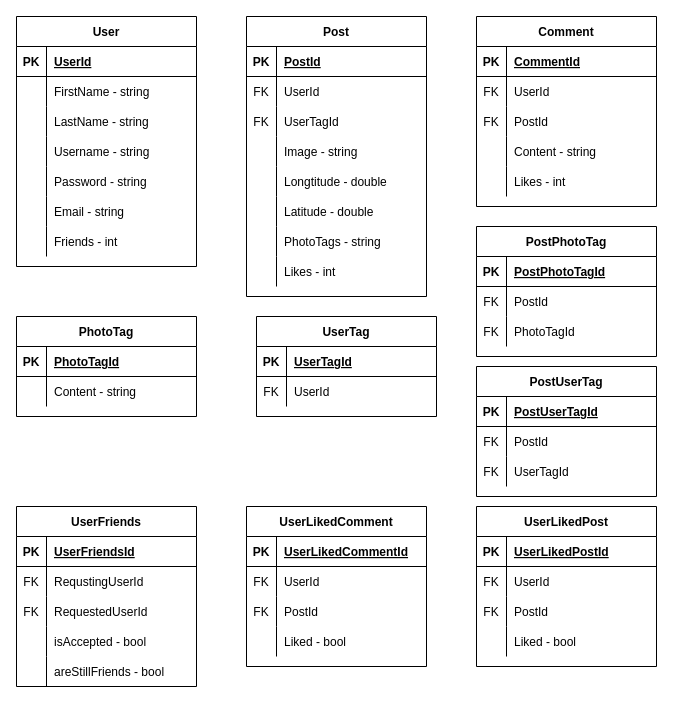
This is FakelookERD.drawio from idofeingold2/FakeLookProject, a draw.io file, before an edit. Source tidied: cells renumbered, new cells numbered last; positions are measured from the earlier drawing's top-left corner, leaving out a move shared by most shapes. Both pictures are drawn from the tidied source at 100%, with x=0, y=0 at pixel (16, 16).
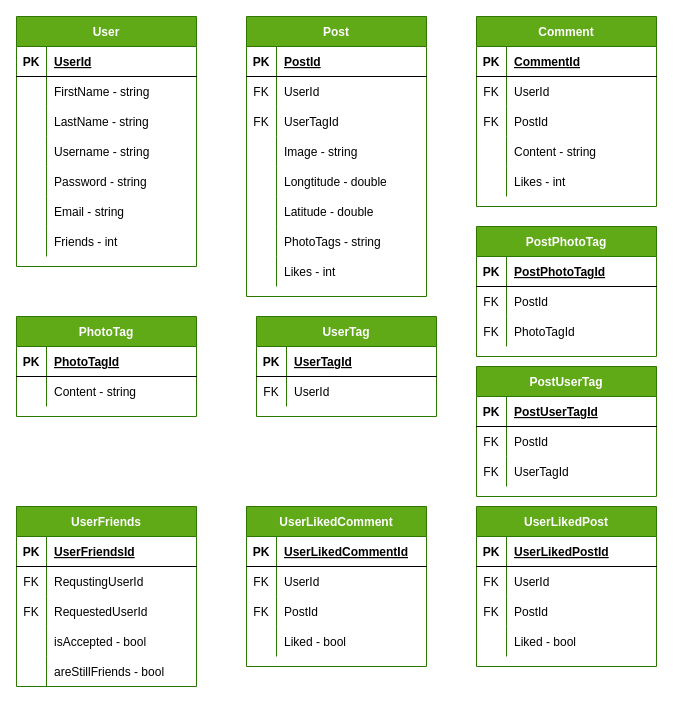
The same diagram, later.

The edit, as a diff of the source:
```diff
@@
-    <mxCell id="2" value="User" style="shape=table;startSize=30;childLayout=tableLayout;rowLines=0;fontStyle=1;align=center;" parent="1" vertex="1">
+    <mxCell id="2" value="User" style="shape=table;startSize=30;childLayout=tableLayout;rowLines=0;fontStyle=1;align=center;fillColor=#60a917;strokeColor=#2D7600;fontColor=#ffffff;" parent="1" vertex="1">
       <mxGeometry width="180" height="250" as="geometry" />
     </mxCell>
@@
-    <mxCell id="24" value="Post" style="shape=table;startSize=30;childLayout=tableLayout;rowLines=0;fontStyle=1;align=center;" parent="1" vertex="1">
+    <mxCell id="24" value="Post" style="shape=table;startSize=30;childLayout=tableLayout;rowLines=0;fontStyle=1;align=center;fillColor=#60a917;strokeColor=#2D7600;fontColor=#ffffff;" parent="1" vertex="1">
       <mxGeometry x="230" width="180" height="280" as="geometry" />
     </mxCell>
@@
-    <mxCell id="49" value="Comment" style="shape=table;startSize=30;childLayout=tableLayout;rowLines=0;fontStyle=1;align=center;" parent="1" vertex="1">
+    <mxCell id="49" value="Comment" style="shape=table;startSize=30;childLayout=tableLayout;rowLines=0;fontStyle=1;align=center;fillColor=#60a917;strokeColor=#2D7600;fontColor=#ffffff;" parent="1" vertex="1">
       <mxGeometry x="460" width="180" height="190" as="geometry" />
     </mxCell>
@@
-    <mxCell id="65" value="UserFriends" style="shape=table;startSize=30;childLayout=tableLayout;rowLines=0;fontStyle=1;align=center;" parent="1" vertex="1">
+    <mxCell id="65" value="UserFriends" style="shape=table;startSize=30;childLayout=tableLayout;rowLines=0;fontStyle=1;align=center;fillColor=#60a917;strokeColor=#2D7600;fontColor=#ffffff;" parent="1" vertex="1">
       <mxGeometry y="490" width="180" height="180" as="geometry" />
     </mxCell>
@@
-    <mxCell id="81" value="PhotoTag" style="shape=table;startSize=30;childLayout=tableLayout;rowLines=0;fontStyle=1;align=center;" parent="1" vertex="1">
+    <mxCell id="81" value="PhotoTag" style="shape=table;startSize=30;childLayout=tableLayout;rowLines=0;fontStyle=1;align=center;fillColor=#60a917;strokeColor=#2D7600;fontColor=#ffffff;" parent="1" vertex="1">
       <mxGeometry y="300" width="180" height="100" as="geometry" />
     </mxCell>
@@
-    <mxCell id="88" value="UserTag" style="shape=table;startSize=30;childLayout=tableLayout;rowLines=0;fontStyle=1;align=center;" parent="1" vertex="1">
+    <mxCell id="88" value="UserTag" style="shape=table;startSize=30;childLayout=tableLayout;rowLines=0;fontStyle=1;align=center;fillColor=#60a917;strokeColor=#2D7600;fontColor=#ffffff;" parent="1" vertex="1">
       <mxGeometry x="240" y="300" width="180" height="100" as="geometry" />
     </mxCell>
@@
-    <mxCell id="95" value="UserLikedPost" style="shape=table;startSize=30;childLayout=tableLayout;rowLines=0;fontStyle=1;align=center;" parent="1" vertex="1">
+    <mxCell id="95" value="UserLikedPost" style="shape=table;startSize=30;childLayout=tableLayout;rowLines=0;fontStyle=1;align=center;fillColor=#60a917;strokeColor=#2D7600;fontColor=#ffffff;" parent="1" vertex="1">
       <mxGeometry x="460" y="490" width="180" height="160" as="geometry" />
     </mxCell>
@@
-    <mxCell id="108" value="UserLikedComment" style="shape=table;startSize=30;childLayout=tableLayout;rowLines=0;fontStyle=1;align=center;" parent="1" vertex="1">
+    <mxCell id="108" value="UserLikedComment" style="shape=table;startSize=30;childLayout=tableLayout;rowLines=0;fontStyle=1;align=center;fillColor=#60a917;strokeColor=#2D7600;fontColor=#ffffff;" parent="1" vertex="1">
       <mxGeometry x="230" y="490" width="180" height="160" as="geometry" />
     </mxCell>
@@
-    <mxCell id="121" value="PostPhotoTag" style="shape=table;startSize=30;childLayout=tableLayout;rowLines=0;fontStyle=1;align=center;" parent="1" vertex="1">
+    <mxCell id="121" value="PostPhotoTag" style="shape=table;startSize=30;childLayout=tableLayout;rowLines=0;fontStyle=1;align=center;fillColor=#60a917;strokeColor=#2D7600;fontColor=#ffffff;" parent="1" vertex="1">
       <mxGeometry x="460" y="210" width="180" height="130" as="geometry" />
     </mxCell>
@@
-    <mxCell id="131" value="PostUserTag" style="shape=table;startSize=30;childLayout=tableLayout;rowLines=0;fontStyle=1;align=center;" parent="1" vertex="1">
+    <mxCell id="131" value="PostUserTag" style="shape=table;startSize=30;childLayout=tableLayout;rowLines=0;fontStyle=1;align=center;fillColor=#60a917;strokeColor=#2D7600;fontColor=#ffffff;" parent="1" vertex="1">
       <mxGeometry x="460" y="350" width="180" height="130" as="geometry" />
     </mxCell>
```
